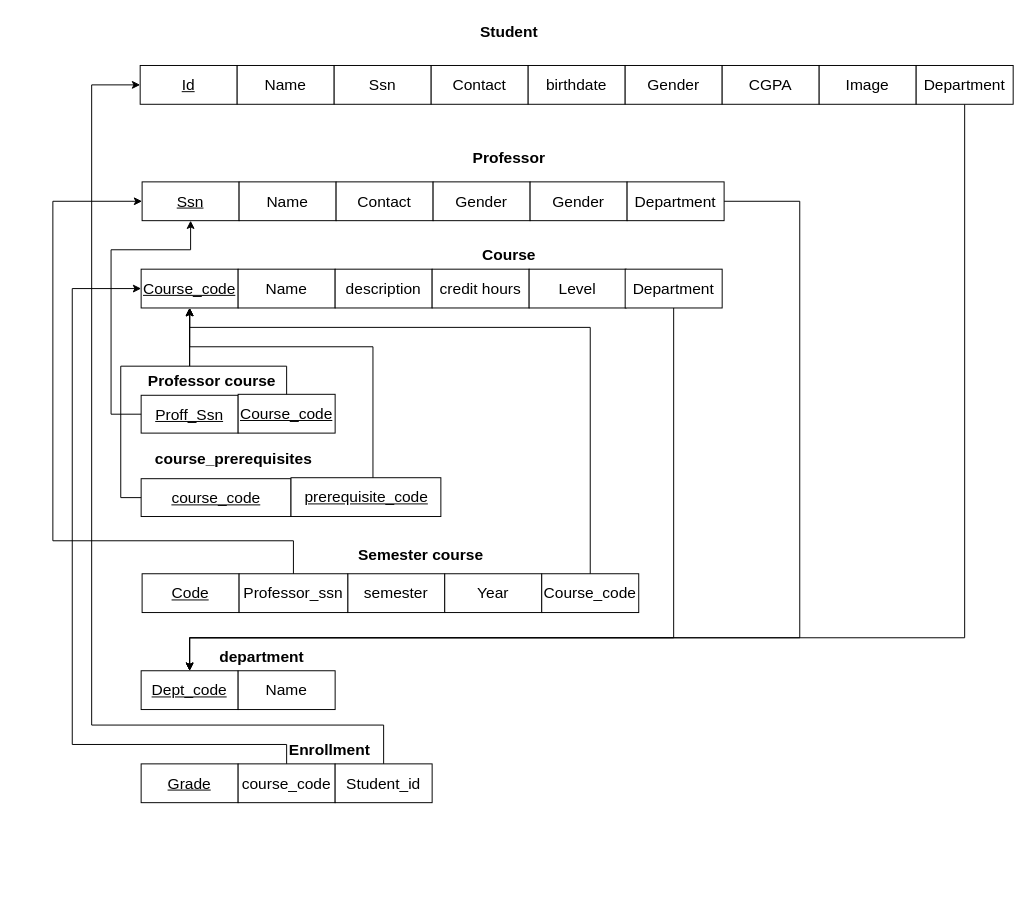
The draw.io diagram diagrams/Mapping.drawio in DiaaAhmedHassan/university_system, before the edit. Source tidied: cells renumbered, new cells numbered last; positions are measured from the earlier drawing's top-left corner, leaving out a move shared by most shapes. Both pictures are drawn from the tidied source at 97%, with x=0, y=0 at pixel (52, 16).
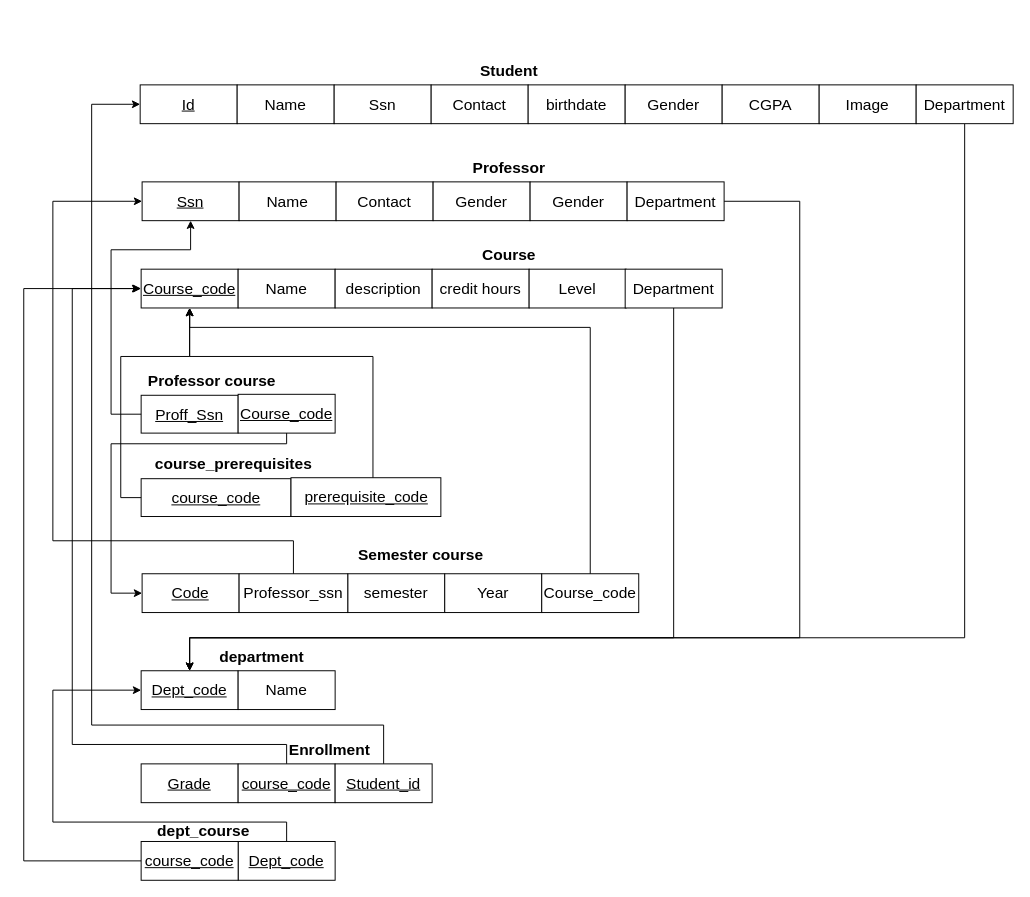
The same page after the edit.

The change refers to these unchanged cells:
```xml
<mxCell id="12" value="&lt;u&gt;&lt;font style=&quot;font-size: 16px;&quot;&gt;Id&lt;/font&gt;&lt;/u&gt;" style="rounded=0;whiteSpace=wrap;html=1;" parent="11" vertex="1">
  <mxGeometry width="100" height="40" as="geometry" />
</mxCell>
<mxCell id="22" style="group;" parent="21" vertex="1">
  <mxGeometry width="700" height="424" as="geometry" />
</mxCell>
<mxCell id="23" value="&lt;u&gt;&lt;font style=&quot;font-size: 16px;&quot;&gt;Code&lt;/font&gt;&lt;/u&gt;" style="rounded=0;whiteSpace=wrap;html=1;" parent="22" vertex="1">
  <mxGeometry x="8" y="284" width="100" height="40" as="geometry" />
</mxCell>
<mxCell id="28" value="&lt;u&gt;&lt;font style=&quot;font-size: 16px;&quot;&gt;Dept_code&lt;/font&gt;&lt;/u&gt;" style="rounded=0;whiteSpace=wrap;html=1;" parent="27" vertex="1">
  <mxGeometry width="100" height="40" as="geometry" />
</mxCell>
<mxCell id="37" value="&lt;font style=&quot;font-size: 16px;&quot;&gt;&lt;u&gt;Course_code&lt;/u&gt;&lt;/font&gt;" style="rounded=0;whiteSpace=wrap;html=1;" parent="35" vertex="1">
  <mxGeometry x="100" width="100" height="40" as="geometry" />
</mxCell>
<mxCell id="39" value="&lt;u&gt;&lt;font style=&quot;font-size: 16px;&quot;&gt;course_code&lt;/font&gt;&lt;/u&gt;" style="rounded=0;whiteSpace=wrap;html=1;" parent="38" vertex="1">
  <mxGeometry y="1" width="154.5" height="39" as="geometry" />
</mxCell>
<mxCell id="40" value="&lt;span style=&quot;font-size: 16px;&quot;&gt;&lt;u&gt;prerequisite_code&lt;/u&gt;&lt;/span&gt;" style="rounded=0;whiteSpace=wrap;html=1;" parent="38" vertex="1">
  <mxGeometry x="154.5" width="154.5" height="40" as="geometry" />
</mxCell>
<mxCell id="50" value="&lt;u&gt;&lt;font style=&quot;font-size: 16px;&quot;&gt;Course_code&lt;/font&gt;&lt;/u&gt;" style="rounded=0;whiteSpace=wrap;html=1;" parent="49" vertex="1">
  <mxGeometry width="100" height="40" as="geometry" />
</mxCell>
```

Diff of the diagram source:
```diff
@@
     <mxCell id="2" value="&lt;font style=&quot;font-size: 16px;&quot;&gt;&lt;b&gt;Student&lt;/b&gt;&lt;/font&gt;" style="text;html=1;align=center;verticalAlign=middle;strokeColor=none;fillColor=none;" parent="1" vertex="1">
-      <mxGeometry x="430" width="80" height="30" as="geometry" />
+      <mxGeometry x="430" y="40" width="80" height="30" as="geometry" />
     </mxCell>
@@
     <mxCell id="10" style="group;" parent="1" vertex="1">
-      <mxGeometry x="90" y="50" width="800" height="40" as="geometry" />
+      <mxGeometry x="90" y="70" width="800" height="40" as="geometry" />
     </mxCell>
@@
     <mxCell id="32" value="&lt;span style=&quot;font-size: 16px;&quot;&gt;&lt;b&gt;course_prerequisites&lt;/b&gt;&lt;/span&gt;" style="text;html=1;align=center;verticalAlign=middle;strokeColor=none;fillColor=none;" parent="22" vertex="1">
-      <mxGeometry x="7" y="150" width="190" height="30" as="geometry" />
+      <mxGeometry x="7" y="156" width="190" height="30" as="geometry" />
     </mxCell>
@@
     <mxCell id="42" value="&lt;font style=&quot;font-size: 16px;&quot;&gt;Department&lt;/font&gt;" style="rounded=0;whiteSpace=wrap;html=1;" parent="1" vertex="1">
-      <mxGeometry x="890" y="50" width="100" height="40" as="geometry" />
+      <mxGeometry x="890" y="70" width="100" height="40" as="geometry" />
     </mxCell>
@@
     <mxCell id="44" value="&lt;font style=&quot;font-size: 16px;&quot;&gt;&lt;b&gt;Professor&lt;/b&gt;&lt;/font&gt;" style="text;html=1;align=center;verticalAlign=middle;strokeColor=none;fillColor=none;" parent="1" vertex="1">
-      <mxGeometry x="420" y="130" width="100" height="30" as="geometry" />
+      <mxGeometry x="420" y="140" width="100" height="30" as="geometry" />
     </mxCell>
@@
-    <mxCell id="46" style="edgeStyle=orthogonalEdgeStyle;rounded=0;jettySize=auto;html=1;entryX=0.5;entryY=1;entryDx=0;entryDy=0;" parent="1" edge="1" source="37" target="50">
-      <mxGeometry relative="1" as="geometry">
-        <Array as="points">
-          <mxPoint x="241" y="360" />
-          <mxPoint x="141" y="360" />
-        </Array>
-      </mxGeometry>
-    </mxCell>
     <mxCell id="47" style="edgeStyle=orthogonalEdgeStyle;rounded=0;jettySize=auto;html=1;entryX=0.5;entryY=1;entryDx=0;entryDy=0;" parent="1" edge="1" source="39" target="50">
       <mxGeometry relative="1" as="geometry">
         <Array as="points">
-          <mxPoint x="70" y="496" />
-          <mxPoint x="70" y="360" />
-          <mxPoint x="141" y="360" />
+          <mxPoint x="70" y="495" />
+          <mxPoint x="70" y="350" />
+          <mxPoint x="141" y="350" />
         </Array>
       </mxGeometry>
     </mxCell>
     <mxCell id="48" style="edgeStyle=orthogonalEdgeStyle;rounded=0;jettySize=auto;html=1;entryX=0.5;entryY=1;entryDx=0;entryDy=0;" parent="1" edge="1" source="40" target="50">
       <mxGeometry relative="1" as="geometry">
         <Array as="points">
-          <mxPoint x="330" y="340" />
-          <mxPoint x="141" y="340" />
+          <mxPoint x="330" y="350" />
+          <mxPoint x="141" y="350" />
         </Array>
       </mxGeometry>
     </mxCell>
@@
-    <mxCell id="60" value="&lt;span style=&quot;font-size: 16px;&quot;&gt;course_code&lt;/span&gt;" style="rounded=0;whiteSpace=wrap;html=1;" parent="1" vertex="1">
+    <mxCell id="60" value="&lt;span style=&quot;font-size: 16px;&quot;&gt;&lt;u&gt;course_code&lt;/u&gt;&lt;/span&gt;" style="rounded=0;whiteSpace=wrap;html=1;" parent="1" vertex="1">
       <mxGeometry x="191" y="770" width="100" height="40" as="geometry" />
     </mxCell>
     <mxCell id="61" style="edgeStyle=orthogonalEdgeStyle;rounded=0;jettySize=auto;html=1;" parent="1" edge="1" source="62" target="12">
       <mxGeometry relative="1" as="geometry">
         <Array as="points">
           <mxPoint x="341" y="730" />
           <mxPoint x="40" y="730" />
-          <mxPoint x="40" y="70" />
+          <mxPoint x="40" y="90" />
         </Array>
       </mxGeometry>
     </mxCell>
-    <mxCell id="62" value="&lt;font style=&quot;font-size: 16px;&quot;&gt;Student_id&lt;/font&gt;" style="rounded=0;whiteSpace=wrap;html=1;" parent="1" vertex="1">
+    <mxCell id="62" value="&lt;font style=&quot;font-size: 16px;&quot;&gt;&lt;u&gt;Student_id&lt;/u&gt;&lt;/font&gt;" style="rounded=0;whiteSpace=wrap;html=1;" parent="1" vertex="1">
       <mxGeometry x="291" y="770" width="100" height="40" as="geometry" />
     </mxCell>
@@
+    <mxCell id="65" style="edgeStyle=orthogonalEdgeStyle;rounded=0;jettySize=auto;html=1;entryX=0;entryY=0.5;entryDx=0;entryDy=0;" parent="1" edge="1" source="66" target="28">
+      <mxGeometry relative="1" as="geometry">
+        <Array as="points">
+          <mxPoint x="241" y="830" />
+          <mxPoint y="830" />
+          <mxPoint y="694" />
+        </Array>
+      </mxGeometry>
+    </mxCell>
+    <mxCell id="66" value="&lt;span style=&quot;font-size: 16px;&quot;&gt;&lt;u&gt;Dept_code&lt;/u&gt;&lt;/span&gt;" style="rounded=0;whiteSpace=wrap;html=1;" parent="1" vertex="1">
+      <mxGeometry x="191" y="850" width="100" height="40" as="geometry" />
+    </mxCell>
+    <mxCell id="67" style="edgeStyle=orthogonalEdgeStyle;rounded=0;jettySize=auto;html=1;entryX=0;entryY=0.5;entryDx=0;entryDy=0;" parent="1" edge="1" source="37" target="23">
+      <mxGeometry relative="1" as="geometry">
+        <Array as="points">
+          <mxPoint x="241" y="440" />
+          <mxPoint x="60" y="440" />
+          <mxPoint x="60" y="594" />
+        </Array>
+      </mxGeometry>
+    </mxCell>
+    <mxCell id="68" style="edgeStyle=orthogonalEdgeStyle;rounded=0;orthogonalLoop=1;jettySize=auto;html=1;" parent="1" edge="1">
+      <mxGeometry relative="1" as="geometry">
+        <mxPoint x="111" y="870" as="sourcePoint" />
+        <mxPoint x="90" y="280" as="targetPoint" />
+        <Array as="points">
+          <mxPoint x="-30" y="870" />
+          <mxPoint x="-30" y="280" />
+        </Array>
+      </mxGeometry>
+    </mxCell>
+    <mxCell id="69" value="&lt;span style=&quot;font-size: 16px;&quot;&gt;&lt;u&gt;course_code&lt;/u&gt;&lt;/span&gt;" style="rounded=0;whiteSpace=wrap;html=1;" parent="1" vertex="1">
+      <mxGeometry x="91" y="850" width="100" height="40" as="geometry" />
+    </mxCell>
+    <mxCell id="70" value="&lt;font style=&quot;font-size: 16px;&quot;&gt;&lt;b&gt;dept_course&lt;/b&gt;&lt;/font&gt;" style="text;html=1;align=center;verticalAlign=middle;strokeColor=none;fillColor=none;" parent="1" vertex="1">
+      <mxGeometry x="95" y="824" width="120" height="30" as="geometry" />
+    </mxCell>
```
